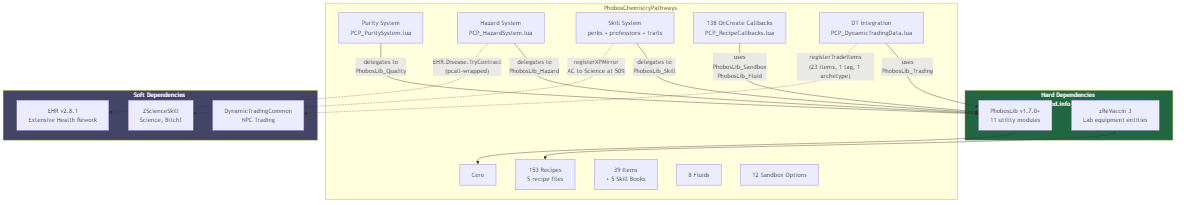
Before: docs/images/architecture.png, a diagram exported from Mermaid (phobos-dthorga/mod-pz-chemistry-pathways). Its source is kept beside it as docs/mermaid-src/architecture.mmd.
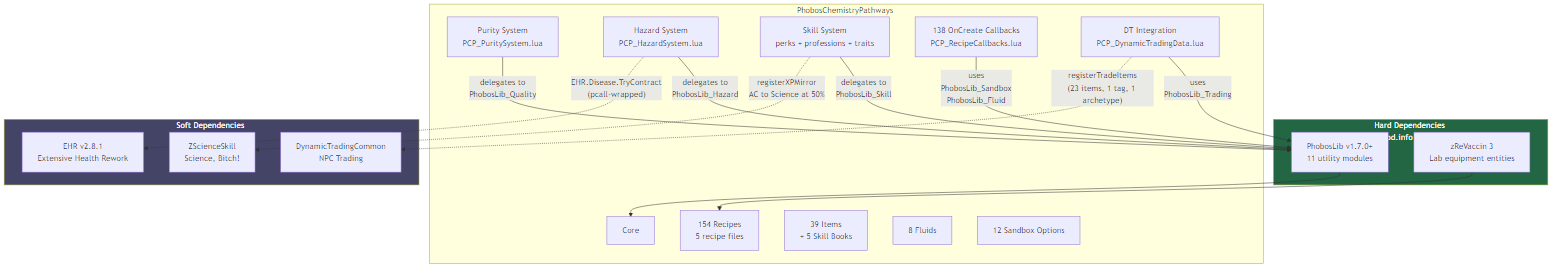
The same diagram one commit later.

Diff of the diagram source:
```diff
@@ -4,9 +4,9 @@
         ZR["zReVaccin 3<br/>Lab equipment entities"]
     end
 
-    subgraph PCP["PhobosChemistryPathways v0.16.0"]
+    subgraph PCP["PhobosChemistryPathways v0.17.0"]
         CORE["Core"]
-        REC["153 Recipes<br/>5 recipe files"]
+        REC["154 Recipes<br/>5 recipe files"]
         ITEMS["39 Items<br/>+ 5 Skill Books"]
         FLUIDS["8 Fluids"]
         SB["12 Sandbox Options"]
```
